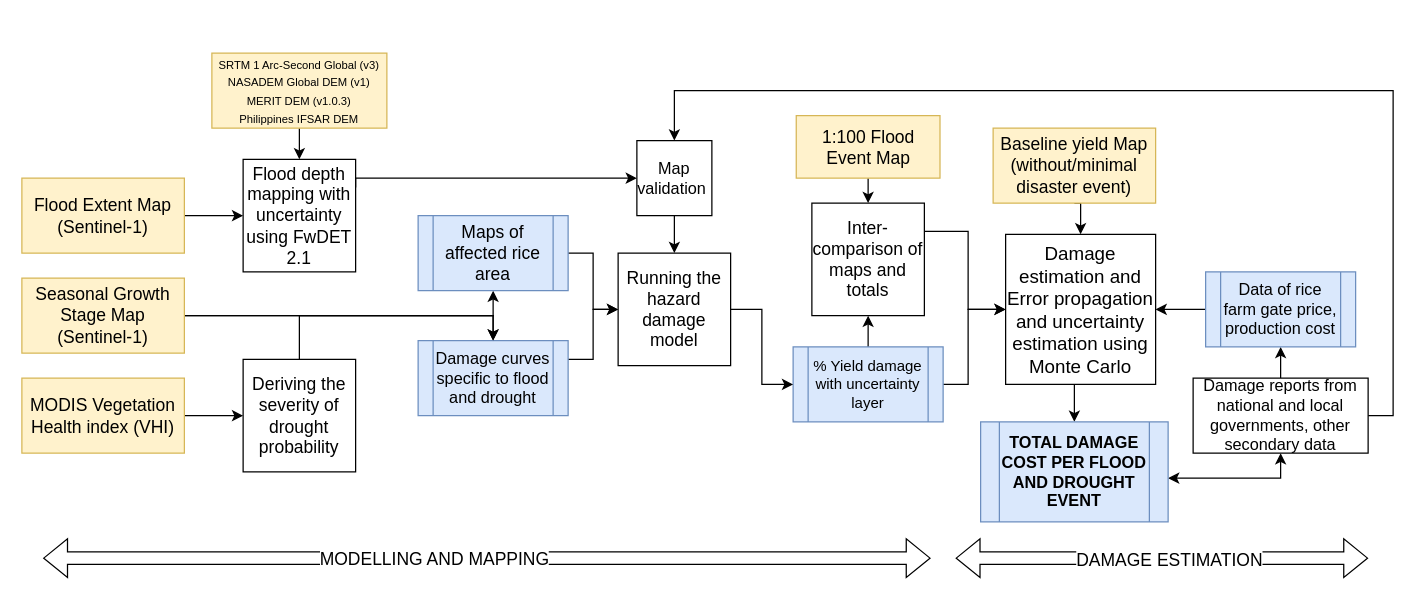
Earlier version of the draw.io diagram fd.drawio (arnanaraza/diagrams). Source tidied: cells renumbered, new cells numbered last; positions are measured from the earlier drawing's top-left corner, leaving out a move shared by most shapes. Both pictures are drawn from the tidied source at 125%, with x=0, y=0 at pixel (21, 52).
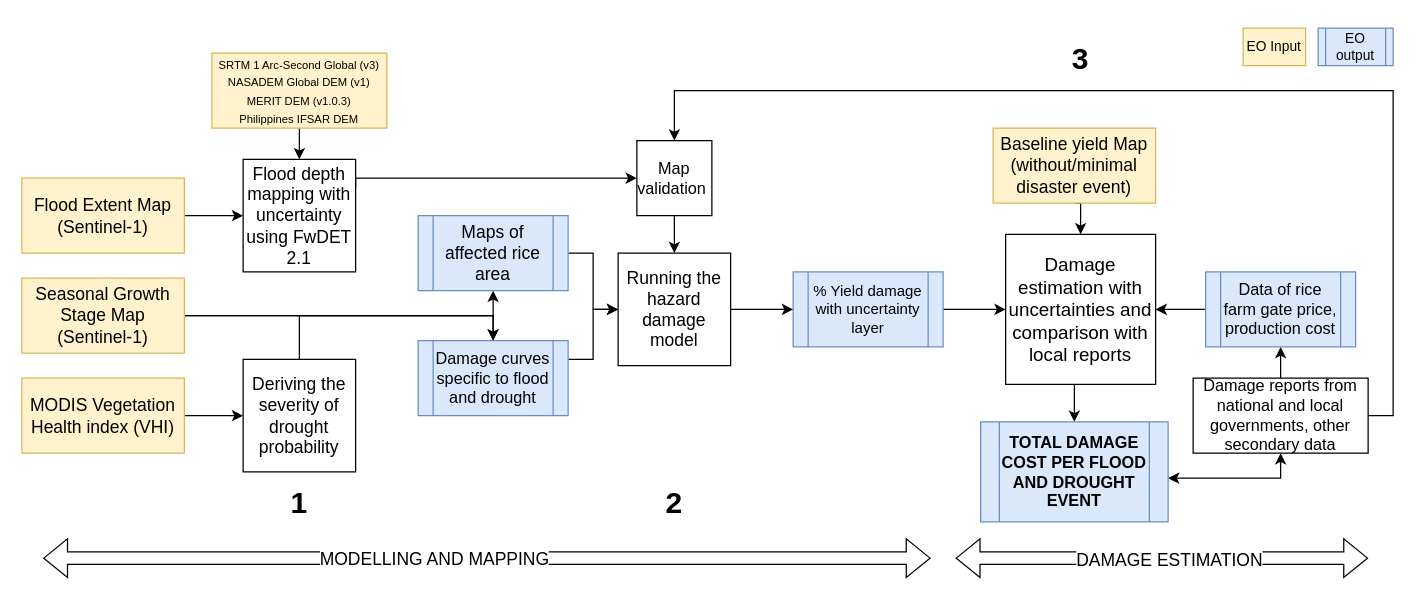
The same diagram, later.

The edit, as a diff of the source:
```diff
@@
-    <mxCell id="12" value="&lt;font style=&quot;font-size: 15px;&quot;&gt;Damage estimation and Error propagation and uncertainty estimation using Monte Carlo&lt;/font&gt;" style="whiteSpace=wrap;html=1;" parent="1" vertex="1">
+    <mxCell id="12" value="&lt;font style=&quot;font-size: 15px;&quot;&gt;Damage estimation with uncertainties and comparison with local reports&lt;/font&gt;" style="whiteSpace=wrap;html=1;" parent="1" vertex="1">
       <mxGeometry x="787" y="145" width="120" height="120" as="geometry" />
     </mxCell>
@@
-    <mxCell id="21" style="edgeStyle=orthogonalEdgeStyle;rounded=0;jettySize=auto;html=1;exitX=0.5;exitY=0;exitDx=0;exitDy=0;entryX=0.5;entryY=1;entryDx=0;entryDy=0;" parent="1" edge="1" source="23" target="40">
-      <mxGeometry relative="1" as="geometry" />
-    </mxCell>
     <mxCell id="22" style="edgeStyle=orthogonalEdgeStyle;rounded=0;jettySize=auto;html=1;exitX=1;exitY=0.5;exitDx=0;exitDy=0;entryX=0;entryY=0.5;entryDx=0;entryDy=0;" parent="1" edge="1" source="23" target="12">
-      <mxGeometry relative="1" as="geometry">
-        <Array as="points">
-          <mxPoint x="757" y="265" />
-          <mxPoint x="757" y="205" />
-        </Array>
-      </mxGeometry>
+      <mxGeometry relative="1" as="geometry" />
     </mxCell>
     <mxCell id="23" value="&lt;font&gt;% Yield damage with uncertainty layer&lt;/font&gt;" style="shape=process;whiteSpace=wrap;html=1;backgroundOutline=1;fillColor=#dae8fc;strokeColor=#6c8ebf;" parent="1" vertex="1">
-      <mxGeometry x="617" y="235" width="120" height="60" as="geometry" />
+      <mxGeometry x="617" y="175" width="120" height="60" as="geometry" />
     </mxCell>
@@
-    <mxCell id="37" style="edgeStyle=orthogonalEdgeStyle;rounded=0;jettySize=auto;html=1;exitX=0.5;exitY=1;exitDx=0;exitDy=0;entryX=0.5;entryY=0;entryDx=0;entryDy=0;" parent="1" edge="1" source="38" target="40">
-      <mxGeometry relative="1" as="geometry" />
-    </mxCell>
-    <mxCell id="38" value="&lt;font style=&quot;font-size: 14px;&quot;&gt;1:100 Flood Event Map&lt;/font&gt;" style="rounded=0;whiteSpace=wrap;html=1;fillColor=#fff2cc;strokeColor=#d6b656;" parent="1" vertex="1">
-      <mxGeometry x="619.5" y="50" width="115" height="50" as="geometry" />
-    </mxCell>
-    <mxCell id="39" style="edgeStyle=orthogonalEdgeStyle;rounded=0;jettySize=auto;html=1;exitX=1;exitY=0.25;exitDx=0;exitDy=0;entryX=0;entryY=0.5;entryDx=0;entryDy=0;" parent="1" edge="1" source="40" target="12">
-      <mxGeometry relative="1" as="geometry">
-        <Array as="points">
-          <mxPoint x="757" y="143" />
-          <mxPoint x="757" y="205" />
-        </Array>
-      </mxGeometry>
-    </mxCell>
-    <mxCell id="40" value="&lt;font style=&quot;font-size: 14px;&quot;&gt;Inter-comparison of maps and totals&lt;/font&gt;" style="whiteSpace=wrap;html=1;" parent="1" vertex="1">
-      <mxGeometry x="632" y="120" width="90" height="90" as="geometry" />
-    </mxCell>
@@
+    <mxCell id="45" value="&lt;font&gt;EO Input&lt;/font&gt;" style="rounded=0;whiteSpace=wrap;html=1;fillColor=#fff2cc;strokeColor=#d6b656;fontSize=11;" parent="1" vertex="1">
+      <mxGeometry x="977" y="-20" width="50" height="30" as="geometry" />
+    </mxCell>
+    <mxCell id="46" value="&lt;font&gt;EO output&lt;/font&gt;" style="shape=process;whiteSpace=wrap;html=1;backgroundOutline=1;fillColor=#dae8fc;strokeColor=#6c8ebf;fontSize=11;" parent="1" vertex="1">
+      <mxGeometry x="1037" y="-20" width="60" height="30" as="geometry" />
+    </mxCell>
+    <mxCell id="47" value="&lt;h1&gt;1&lt;/h1&gt;" style="text;html=1;align=center;verticalAlign=middle;whiteSpace=wrap;rounded=0;" parent="1" vertex="1">
+      <mxGeometry x="192" y="345" width="60" height="30" as="geometry" />
+    </mxCell>
+    <mxCell id="48" value="&lt;h1&gt;2&lt;/h1&gt;" style="text;html=1;align=center;verticalAlign=middle;whiteSpace=wrap;rounded=0;" parent="1" vertex="1">
+      <mxGeometry x="492" y="345" width="60" height="30" as="geometry" />
+    </mxCell>
+    <mxCell id="49" value="&lt;h1&gt;3&lt;/h1&gt;" style="text;html=1;align=center;verticalAlign=middle;whiteSpace=wrap;rounded=0;" parent="1" vertex="1">
+      <mxGeometry x="817" y="-10" width="60" height="30" as="geometry" />
+    </mxCell>
```
